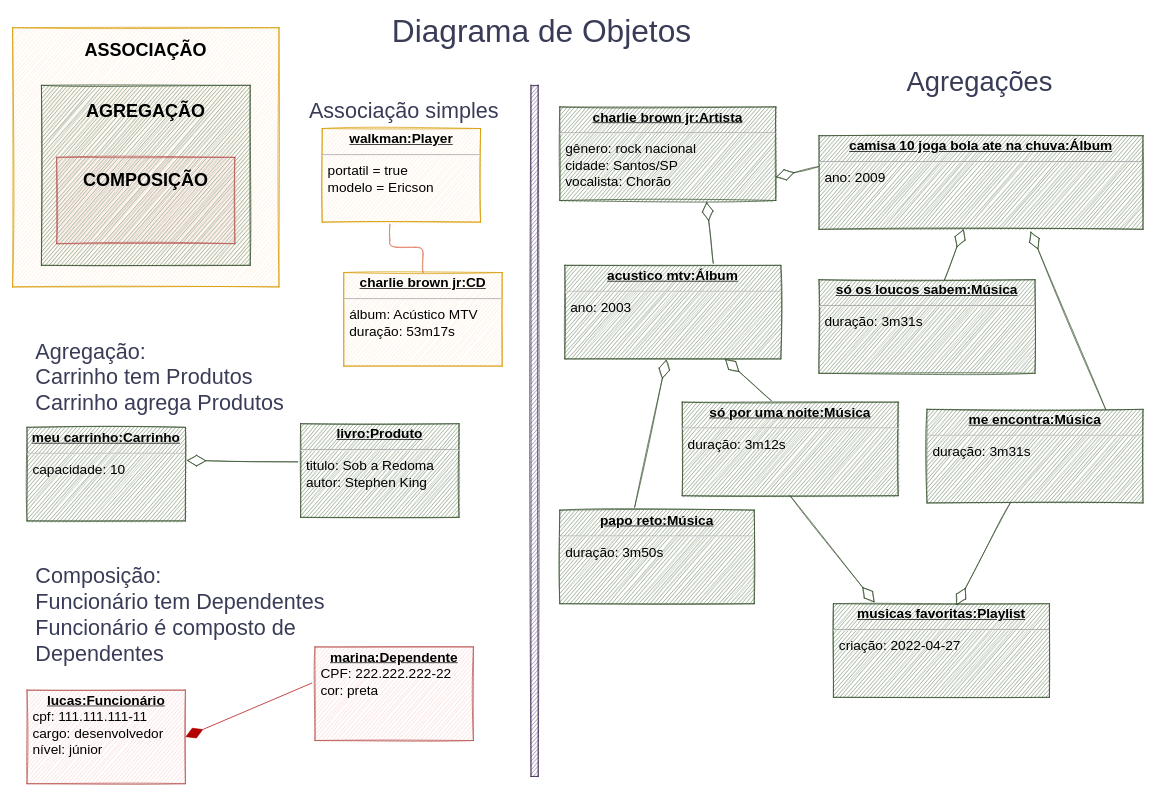
Before: page "Page-1" (1 of 2) of Cap05 - Associações, agregação, modelagem com diagramas e implementação/Untitled Diagram.drawio in ludico1959/ifrs-poo, a draw.io diagram. Source tidied: cells renumbered, new cells numbered last; positions are measured from the earlier drawing's top-left corner, leaving out a move shared by most shapes. Both pictures are drawn from the tidied source at 72%, with x=0, y=0 at pixel (12, 20).
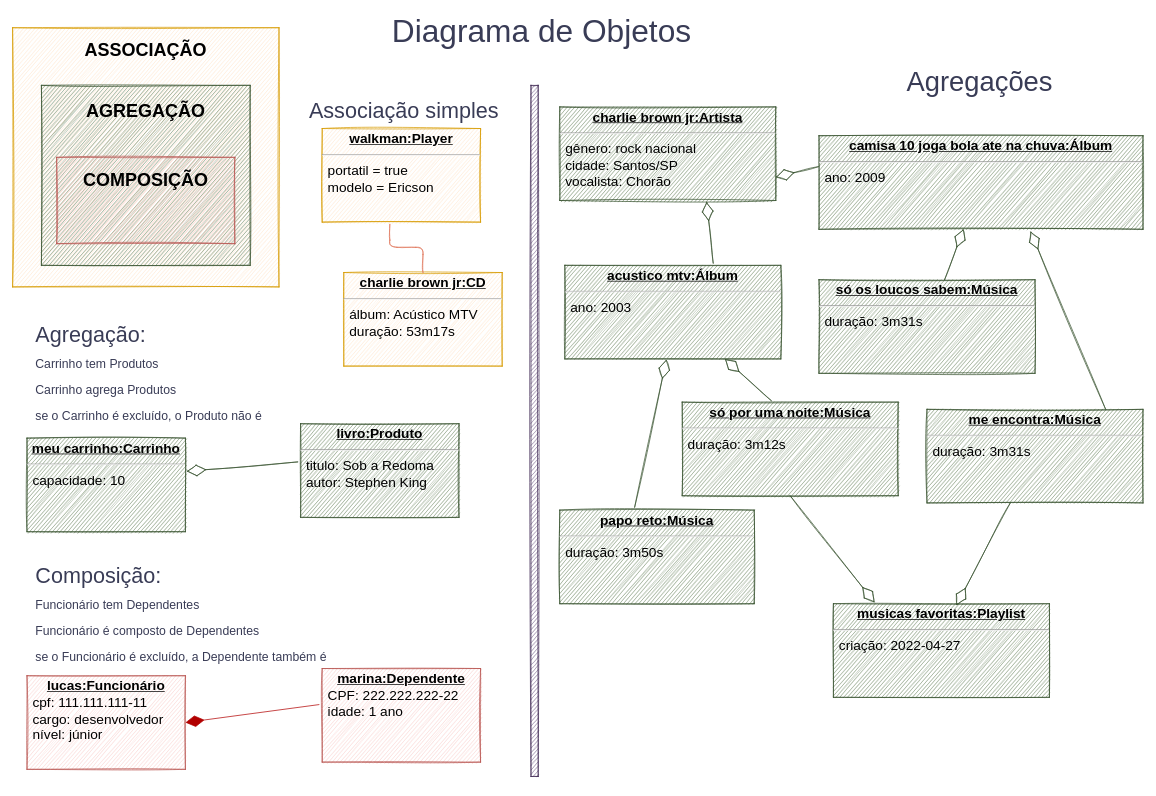
After the change.

What changed in the source:
```diff
@@
     <mxCell id="7" value="&lt;p style=&quot;margin: 4px 0px 0px ; text-align: center ; text-decoration: underline ; font-size: 19px&quot;&gt;&lt;b style=&quot;font-size: 19px&quot;&gt;meu carrinho:Carrinho&lt;/b&gt;&lt;/p&gt;&lt;hr style=&quot;font-size: 19px&quot;&gt;&lt;p style=&quot;margin: 0px 0px 0px 8px ; font-size: 19px&quot;&gt;capacidade: 10&lt;/p&gt;" style="verticalAlign=top;align=left;overflow=fill;fontSize=19;fontFamily=Helvetica;html=1;fillColor=#6d8764;strokeColor=#3A5431;sketch=1;fontColor=#000000;" parent="1" vertex="1">
-      <mxGeometry x="20" y="565" width="220" height="130" as="geometry" />
+      <mxGeometry x="20" y="580" width="220" height="130" as="geometry" />
     </mxCell>
@@
     <mxCell id="10" value="&lt;p style=&quot;margin: 4px 0px 0px ; text-align: center ; text-decoration: underline ; font-size: 19px&quot;&gt;&lt;b style=&quot;font-size: 19px&quot;&gt;lucas:Funcionário&lt;/b&gt;&lt;/p&gt;&lt;p style=&quot;margin: 0px 0px 0px 8px ; font-size: 19px&quot;&gt;cpf: 111.111.111-11&lt;/p&gt;&lt;p style=&quot;margin: 0px 0px 0px 8px ; font-size: 19px&quot;&gt;cargo: desenvolvedor&lt;/p&gt;&lt;p style=&quot;margin: 0px 0px 0px 8px ; font-size: 19px&quot;&gt;nível: júnior&lt;/p&gt;" style="verticalAlign=top;align=left;overflow=fill;fontSize=19;fontFamily=Helvetica;html=1;fillColor=#f8cecc;strokeColor=#b85450;sketch=1;" parent="1" vertex="1">
-      <mxGeometry x="20" y="930" width="220" height="130" as="geometry" />
+      <mxGeometry x="20" y="910" width="220" height="130" as="geometry" />
     </mxCell>
-    <mxCell id="11" value="&lt;p style=&quot;margin: 4px 0px 0px ; text-align: center ; text-decoration: underline ; font-size: 19px&quot;&gt;&lt;b style=&quot;font-size: 19px&quot;&gt;marina:Dependente&lt;/b&gt;&lt;/p&gt;&lt;p style=&quot;margin: 0px 0px 0px 8px ; font-size: 19px&quot;&gt;CPF: 222.222.222-22&lt;/p&gt;&lt;p style=&quot;margin: 0px 0px 0px 8px ; font-size: 19px&quot;&gt;cor: preta&lt;/p&gt;" style="verticalAlign=top;align=left;overflow=fill;fontSize=19;fontFamily=Helvetica;html=1;fillColor=#f8cecc;strokeColor=#b85450;sketch=1;" parent="1" vertex="1">
-      <mxGeometry x="420" y="870" width="220" height="130" as="geometry" />
+    <mxCell id="11" value="&lt;p style=&quot;margin: 4px 0px 0px ; text-align: center ; text-decoration: underline ; font-size: 19px&quot;&gt;&lt;b style=&quot;font-size: 19px&quot;&gt;marina:Dependente&lt;/b&gt;&lt;/p&gt;&lt;p style=&quot;margin: 0px 0px 0px 8px ; font-size: 19px&quot;&gt;CPF: 222.222.222-22&lt;/p&gt;&lt;p style=&quot;margin: 0px 0px 0px 8px ; font-size: 19px&quot;&gt;idade: 1 ano&lt;/p&gt;" style="verticalAlign=top;align=left;overflow=fill;fontSize=19;fontFamily=Helvetica;html=1;fillColor=#f8cecc;strokeColor=#b85450;sketch=1;" parent="1" vertex="1">
+      <mxGeometry x="430" y="900" width="220" height="130" as="geometry" />
     </mxCell>
@@
-    <mxCell id="15" value="Agregação:&lt;br&gt;Carrinho tem Produtos&lt;br&gt;Carrinho agrega Produtos" style="text;html=1;strokeColor=none;fillColor=none;align=left;verticalAlign=middle;whiteSpace=wrap;rounded=0;shadow=0;glass=0;sketch=1;fontSize=30;fontColor=#393C56;" parent="1" vertex="1">
-      <mxGeometry x="30" y="480" width="350" height="30" as="geometry" />
+    <mxCell id="15" value="Agregação:&lt;br&gt;&lt;font style=&quot;font-size: 17px;&quot;&gt;Carrinho tem Produtos&lt;br&gt;Carrinho agrega Produtos&lt;br&gt;se o Carrinho é excluído, o Produto não é&lt;br&gt;&lt;/font&gt;" style="text;html=1;strokeColor=none;fillColor=none;align=left;verticalAlign=middle;whiteSpace=wrap;rounded=0;shadow=0;glass=0;sketch=1;fontSize=30;fontColor=#393C56;" parent="1" vertex="1">
+      <mxGeometry x="30" y="480" width="350" height="20" as="geometry" />
     </mxCell>
-    <mxCell id="16" value="Composição:&lt;br&gt;Funcionário tem Dependentes&lt;br&gt;Funcionário é composto de Dependentes" style="text;html=1;strokeColor=none;fillColor=none;align=left;verticalAlign=middle;whiteSpace=wrap;rounded=0;shadow=0;glass=0;sketch=1;fontSize=30;fontColor=#393C56;" parent="1" vertex="1">
+    <mxCell id="16" value="Composição:&lt;br&gt;&lt;font style=&quot;font-size: 17px;&quot;&gt;Funcionário tem Dependentes&lt;br&gt;Funcionário é composto de Dependentes&lt;br&gt;se o Funcionário é excluído, a Dependente também é&amp;nbsp;&lt;br&gt;&lt;/font&gt;" style="text;html=1;strokeColor=none;fillColor=none;align=left;verticalAlign=middle;whiteSpace=wrap;rounded=0;shadow=0;glass=0;sketch=1;fontSize=30;fontColor=#393C56;" parent="1" vertex="1">
       <mxGeometry x="30" y="810" width="470" height="30" as="geometry" />
     </mxCell>
```
